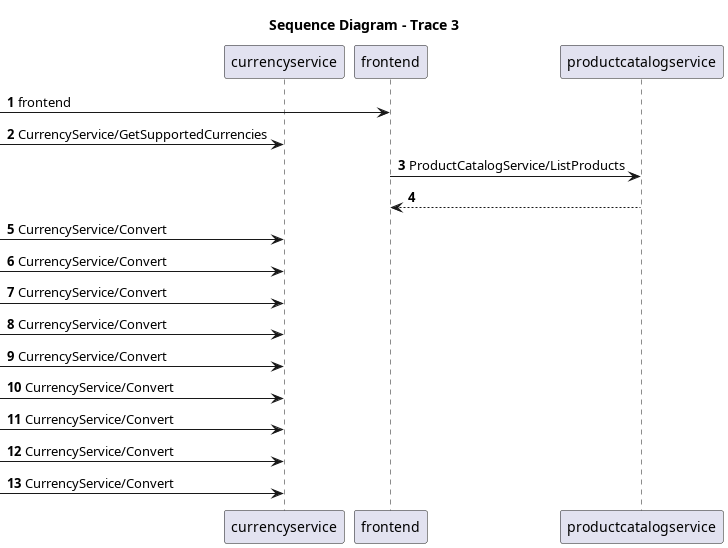
This is diagrams/sequence-frontend.png from HiImLuxifer/UML_Generator, a PlantUML export, as it was before one commit. Its diagram source:
```plantuml
@startuml
title Sequence Diagram - Trace 3
autonumber

participant "currencyservice" as currencyservice
participant "frontend" as frontend
participant "productcatalogservice" as productcatalogservice

[-> frontend: frontend
[-> currencyservice: CurrencyService/GetSupportedCurrencies
frontend -> productcatalogservice: ProductCatalogService/ListProducts
productcatalogservice --> frontend
[-> currencyservice: CurrencyService/Convert
[-> currencyservice: CurrencyService/Convert
[-> currencyservice: CurrencyService/Convert
[-> currencyservice: CurrencyService/Convert
[-> currencyservice: CurrencyService/Convert
[-> currencyservice: CurrencyService/Convert
[-> currencyservice: CurrencyService/Convert
[-> currencyservice: CurrencyService/Convert
[-> currencyservice: CurrencyService/Convert

@enduml
```
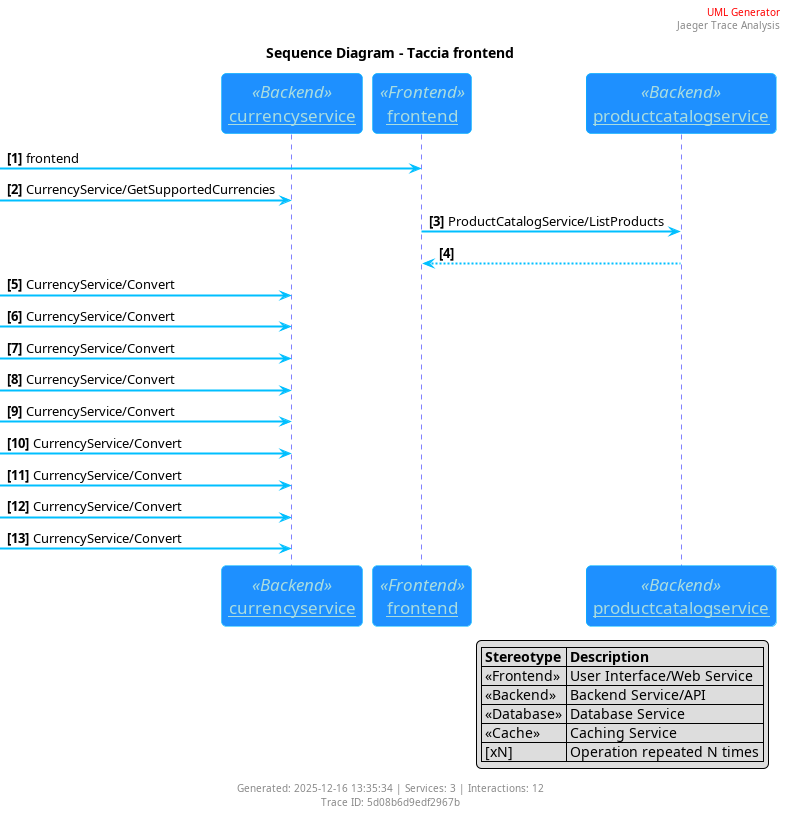
After the change.

Change to the diagram source:
```diff
@@ -1,10 +1,40 @@
 @startuml
-title Sequence Diagram - Trace 3
-autonumber
 
-participant "currencyservice" as currencyservice
-participant "frontend" as frontend
-participant "productcatalogservice" as productcatalogservice
+skinparam sequenceArrowThickness 2
+skinparam roundcorner 10
+skinparam maxMessageSize 200
+skinparam sequenceParticipant underline
+
+skinparam sequence {
+  ArrowColor DeepSkyBlue
+  ActorBorderColor DeepSkyBlue
+  LifeLineBorderColor blue
+  LifeLineBackgroundColor #A9DCDF
+  ParticipantBorderColor DeepSkyBlue
+  ParticipantBackgroundColor DodgerBlue
+  ParticipantFontName Impact
+  ParticipantFontSize 17
+  ParticipantFontColor #A9DCDF
+  ActorBackgroundColor aqua
+  ActorFontColor DeepSkyBlue
+  ActorFontSize 17
+  ActorFontName Aapex
+  BoxBorderColor GreenYellow
+  BoxFontSize 12
+}
+
+title Sequence Diagram - Taccia frontend
+
+header
+  <font color=red>UML Generator</font>
+  Jaeger Trace Analysis
+endheader
+
+autonumber "<b>[0]"
+
+participant "currencyservice" as currencyservice <<Backend>>
+participant "frontend" as frontend <<Frontend>>
+participant "productcatalogservice" as productcatalogservice <<Backend>>
 
 [-> frontend: frontend
 [-> currencyservice: CurrencyService/GetSupportedCurrencies
@@ -20,4 +50,18 @@
 [-> currencyservice: CurrencyService/Convert
 [-> currencyservice: CurrencyService/Convert
 
+legend right
+  |= Stereotype |= Description |
+  | <<Frontend>> | User Interface/Web Service |
+  | <<Backend>> | Backend Service/API |
+  | <<Database>> | Database Service |
+  | <<Cache>> | Caching Service |
+  | [xN] | Operation repeated N times |
+endlegend
+
+footer
+  Generated: 2025-12-16 13:35:34 | Services: 3 | Interactions: 12
+  Trace ID: 5d08b6d9edf2967b
+endfooter
+
 @enduml
```
